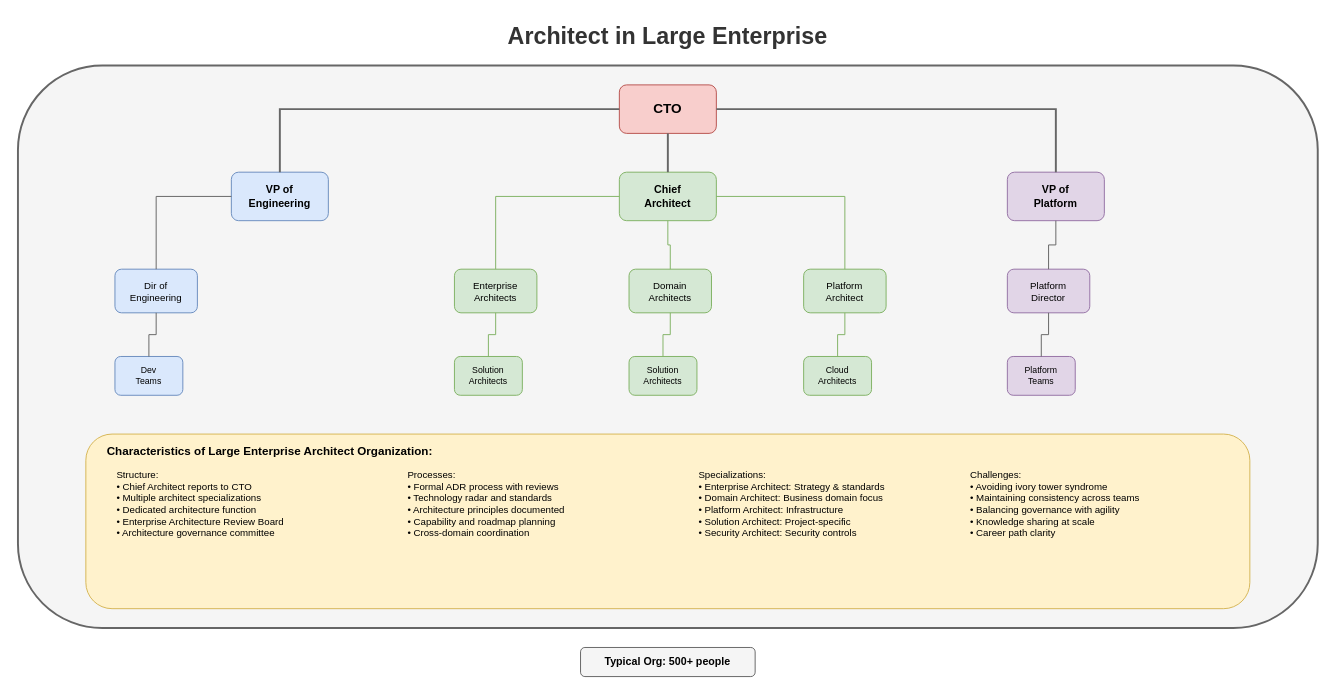
Before: lesson-00-software-architect-overview/diagrams/2.3-org-structure-large.drawio in MrParkerZ7/document-lesson-software-architect-x-claude, a draw.io diagram. Source tidied: cells renumbered, new cells numbered last; positions are measured from the earlier drawing's top-left corner, leaving out a move shared by most shapes. Both pictures are drawn from the tidied source at 97%, with x=0, y=0 at pixel (17, 16).
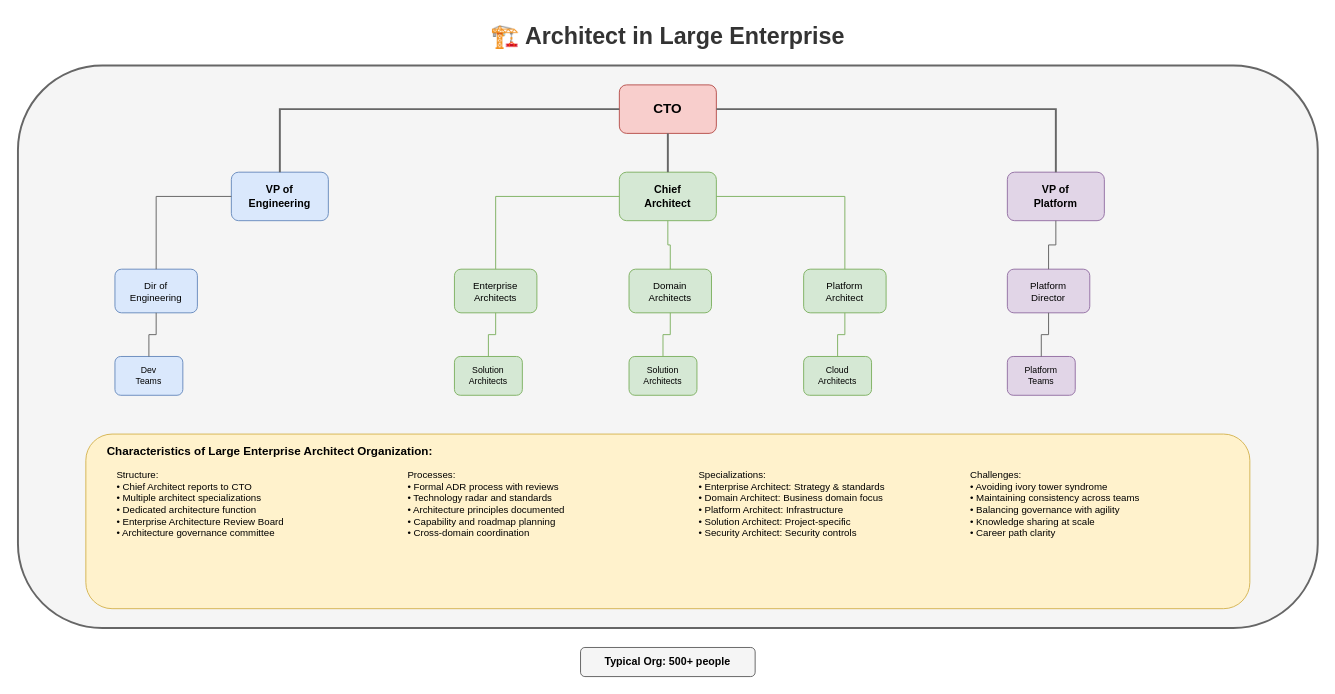
After the change.

Change to the diagram source:
```diff
@@
-    <mxCell id="2" value="Architect in Large Enterprise" style="text;html=1;strokeColor=none;fillColor=none;align=center;verticalAlign=middle;whiteSpace=wrap;rounded=0;fontSize=24;fontStyle=1;fontColor=#333333;" parent="1" vertex="1">
+    <mxCell id="2" value="🏗️ Architect in Large Enterprise" style="text;html=1;strokeColor=none;fillColor=none;align=center;verticalAlign=middle;whiteSpace=wrap;rounded=0;fontSize=24;fontStyle=1;fontColor=#333333;" parent="1" vertex="1">
       <mxGeometry x="420" width="500" height="40" as="geometry" />
     </mxCell>
```
